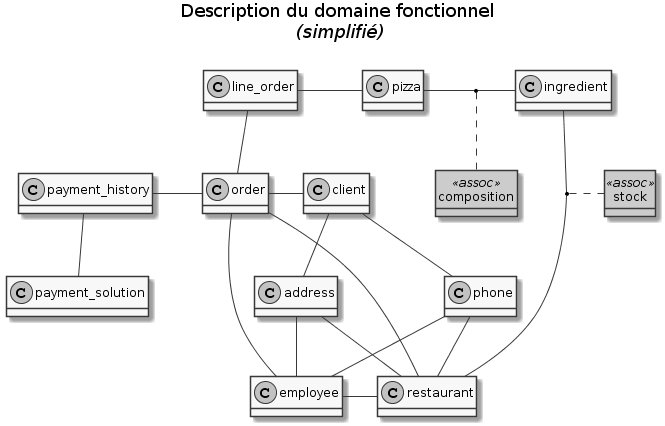
Before: functional_model_light.png, a diagram exported from PlantUML (freezed/ocp6).
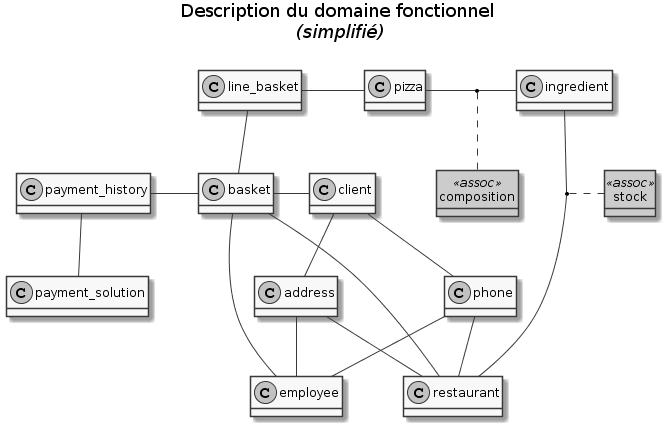
The same diagram one commit later.

Commit message:
Updates functionnal_model diagrams

The edit, as a diff of the source:
```diff
@@ -8,13 +8,14 @@
     BackgroundColor<<assoc>> lightblue
 }
 
+
 class address
 class client
 class composition <<assoc>>
 class employee
 class ingredient
-class line_order
-class order
+class line_basket
+class basket
 class payment_history
 class payment_solution
 class phone
@@ -26,13 +27,12 @@
 address -- employee
 client -- phone
 client -- address
-employee - order
-employee -right- restaurant
-line_order -- order
-line_order - pizza
-order - client
-order - restaurant
-order -left- payment_history
+employee - basket
+line_basket -- basket
+line_basket - pizza
+basket - client
+basket - restaurant
+basket -left- payment_history
 payment_solution -up- payment_history
 phone -- employee
 phone -- restaurant
```
